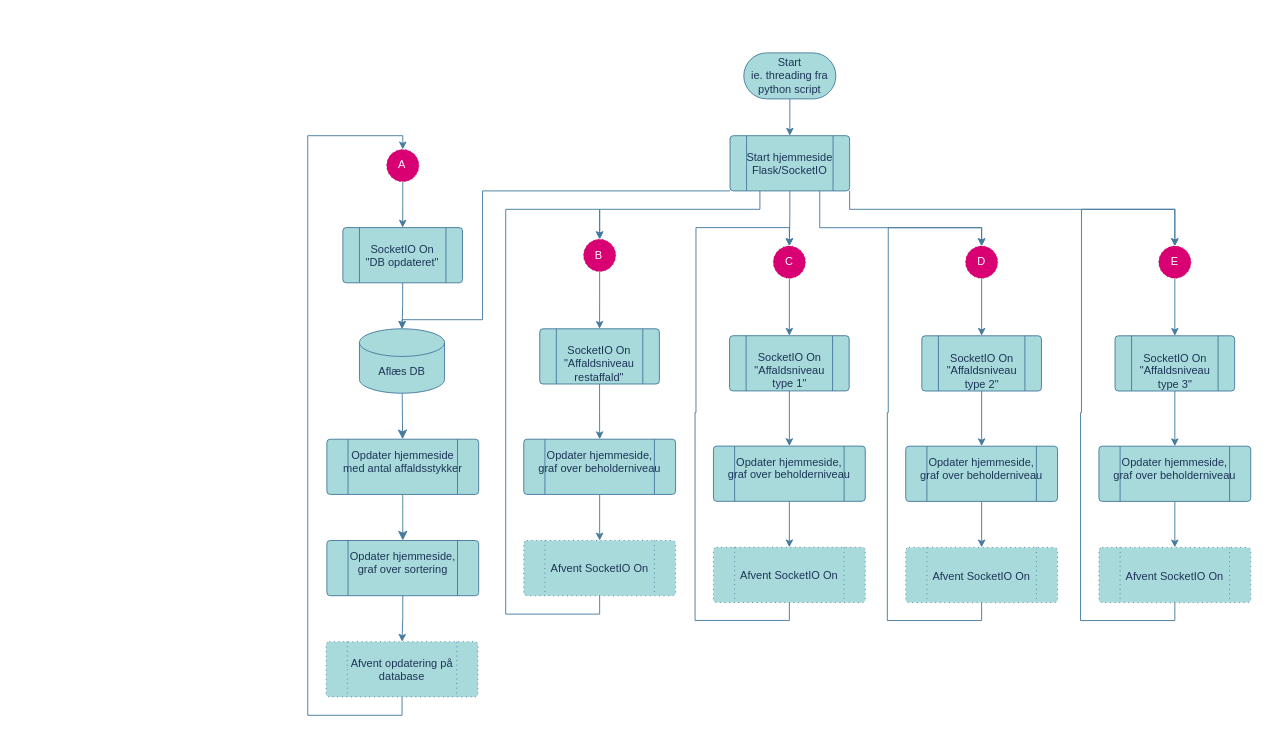
Before: page "Hjemmeside" (3 of 3) of Flowchart.drawio in KEA-F25-B8-IoT2/SAAS, a draw.io diagram. Source tidied: cells renumbered, new cells numbered last; positions are measured from the earlier drawing's top-left corner, leaving out a move shared by most shapes. Both pictures are drawn from the tidied source at 92%, with x=0, y=0 at pixel (307, 52).
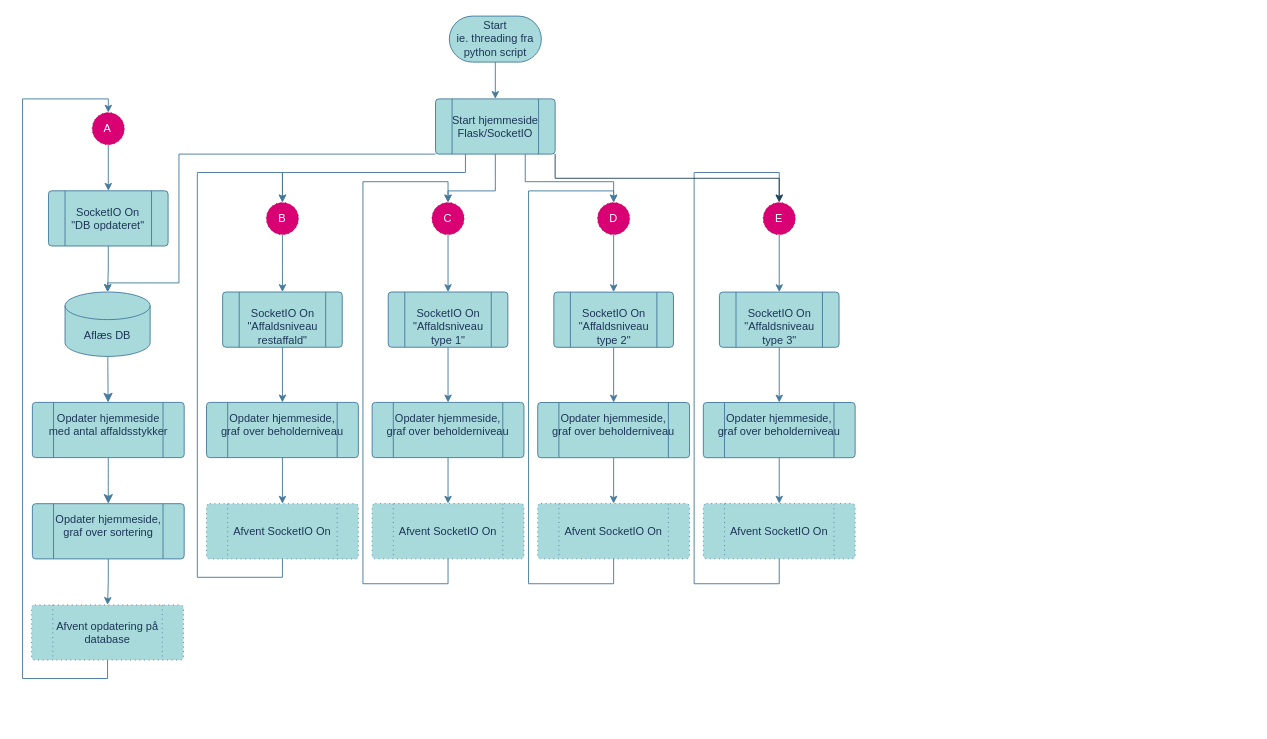
The same page after the edit.

What changed in the source:
```diff
@@
     <mxCell id="3" value="Start&lt;div&gt;ie. threading fra python script&lt;/div&gt;" style="html=1;dashed=0;whiteSpace=wrap;shape=mxgraph.dfd.start;rounded=0;labelBackgroundColor=none;fillColor=#A8DADC;strokeColor=#457B9D;fontColor=#1D3557;" parent="1" vertex="1">
-      <mxGeometry x="474" width="100" height="50" as="geometry" />
+      <mxGeometry x="153.9" y="-40" width="100" height="50" as="geometry" />
     </mxCell>
@@
     <mxCell id="5" value="Opdater hjemmeside&lt;br&gt;med antal affaldsstykker" style="verticalLabelPosition=bottom;verticalAlign=top;html=1;shape=process;whiteSpace=wrap;rounded=1;size=0.14;arcSize=6;align=center;spacingTop=-56;labelBackgroundColor=none;fillColor=#A8DADC;strokeColor=#457B9D;fontColor=#1D3557;" parent="1" vertex="1">
-      <mxGeometry x="20.8" y="419.9" width="165" height="60" as="geometry" />
+      <mxGeometry x="-299.3" y="379.9" width="165" height="60" as="geometry" />
     </mxCell>
@@
     <mxCell id="7" value="Aflæs DB" style="shape=cylinder3;whiteSpace=wrap;html=1;boundedLbl=1;backgroundOutline=1;size=15;rounded=0;labelBackgroundColor=none;fillColor=#A8DADC;strokeColor=#457B9D;fontColor=#1D3557;" parent="1" vertex="1">
-      <mxGeometry x="56.2" y="299.9" width="92.5" height="70" as="geometry" />
+      <mxGeometry x="-263.8" y="259.9" width="92.5" height="70" as="geometry" />
     </mxCell>
     <mxCell id="8" value="Start hjemmeside&lt;br&gt;Flask/SocketIO" style="verticalLabelPosition=bottom;verticalAlign=top;html=1;shape=process;whiteSpace=wrap;rounded=1;size=0.14;arcSize=6;align=center;spacingTop=-50;labelBackgroundColor=none;fillColor=#A8DADC;strokeColor=#457B9D;fontColor=#1D3557;" parent="1" vertex="1">
-      <mxGeometry x="459" y="90" width="130" height="60" as="geometry" />
+      <mxGeometry x="138.9" y="50" width="130" height="60" as="geometry" />
     </mxCell>
@@
     <mxCell id="10" value="Opdater hjemmeside,&lt;div&gt;graf over beholderniveau&lt;/div&gt;" style="verticalLabelPosition=bottom;verticalAlign=top;html=1;shape=process;whiteSpace=wrap;rounded=1;size=0.14;arcSize=6;align=center;spacingTop=-56;labelBackgroundColor=none;fillColor=#A8DADC;strokeColor=#457B9D;fontColor=#1D3557;" parent="1" vertex="1">
-      <mxGeometry x="234.8" y="419.9" width="165" height="60" as="geometry" />
+      <mxGeometry x="-110" y="379.9" width="165" height="60" as="geometry" />
     </mxCell>
     <mxCell id="11" value="Afvent opdatering på database" style="verticalLabelPosition=bottom;verticalAlign=top;html=1;shape=process;whiteSpace=wrap;rounded=1;size=0.14;arcSize=6;align=center;spacingTop=-50;strokeColor=#457B9D;dashed=1;dashPattern=1 4;labelBackgroundColor=none;fillColor=#A8DADC;fontColor=#1D3557;" parent="1" vertex="1">
-      <mxGeometry x="20" y="640" width="165" height="60" as="geometry" />
+      <mxGeometry x="-300.1" y="600" width="165" height="60" as="geometry" />
     </mxCell>
@@
     <mxCell id="13" value="Opdater hjemmeside,&lt;div&gt;graf over sortering&lt;/div&gt;" style="verticalLabelPosition=bottom;verticalAlign=top;html=1;shape=process;whiteSpace=wrap;rounded=1;size=0.14;arcSize=6;align=center;spacingTop=-56;labelBackgroundColor=none;fillColor=#A8DADC;strokeColor=#457B9D;fontColor=#1D3557;" parent="1" vertex="1">
-      <mxGeometry x="20.8" y="530" width="165" height="60" as="geometry" />
+      <mxGeometry x="-299.3" y="490" width="165" height="60" as="geometry" />
     </mxCell>
@@
     <mxCell id="15" value="B" style="verticalLabelPosition=bottom;verticalAlign=top;html=1;shape=mxgraph.flowchart.on-page_reference;dashed=1;dashPattern=1 4;spacingTop=-32;spacingLeft=-2;labelBackgroundColor=none;fillColor=#d80073;strokeColor=#A50040;fontColor=#ffffff;" parent="1" vertex="1">
-      <mxGeometry x="299.8" y="202.5" width="35" height="35" as="geometry" />
+      <mxGeometry x="-45" y="162.5" width="35" height="35" as="geometry" />
     </mxCell>
@@
     <mxCell id="17" value="SocketIO On&lt;div&gt;&quot;DB opdateret&quot;&lt;/div&gt;" style="verticalLabelPosition=bottom;verticalAlign=top;html=1;shape=process;whiteSpace=wrap;rounded=1;size=0.14;arcSize=6;align=center;spacingTop=-50;labelBackgroundColor=none;fillColor=#A8DADC;strokeColor=#457B9D;fontColor=#1D3557;" parent="1" vertex="1">
-      <mxGeometry x="38.2" y="189.9" width="130" height="60" as="geometry" />
+      <mxGeometry x="-281.8" y="149.9" width="130" height="60" as="geometry" />
     </mxCell>
@@
     <mxCell id="19" value="SocketIO On&lt;div&gt;&quot;Affaldsniveau&lt;/div&gt;&lt;div&gt;restaffald&quot;&lt;/div&gt;" style="verticalLabelPosition=bottom;verticalAlign=top;html=1;shape=process;whiteSpace=wrap;rounded=1;size=0.14;arcSize=6;align=center;spacingTop=-50;labelBackgroundColor=none;fillColor=#A8DADC;strokeColor=#457B9D;fontColor=#1D3557;" parent="1" vertex="1">
-      <mxGeometry x="252.2" y="299.9" width="130" height="60" as="geometry" />
+      <mxGeometry x="-92.5" y="259.9" width="130" height="60" as="geometry" />
     </mxCell>
     <mxCell id="20" style="edgeStyle=orthogonalEdgeStyle;rounded=0;jettySize=auto;html=1;exitX=0;exitY=1;exitDx=0;exitDy=0;entryX=0.5;entryY=0;entryDx=0;entryDy=0;entryPerimeter=0;labelBackgroundColor=none;strokeColor=#457B9D;fontColor=default;" parent="1" edge="1" source="8" target="7">
       <mxGeometry relative="1" as="geometry">
         <Array as="points">
-          <mxPoint x="190" y="150" />
-          <mxPoint x="190" y="290" />
-          <mxPoint x="103" y="290" />
+          <mxPoint x="-140" y="110" />
+          <mxPoint x="-140" y="250" />
+          <mxPoint x="-218" y="250" />
         </Array>
       </mxGeometry>
     </mxCell>
     <mxCell id="21" style="edgeStyle=orthogonalEdgeStyle;rounded=0;jettySize=auto;html=1;exitX=0.5;exitY=1;exitDx=0;exitDy=0;entryX=0.5;entryY=0;entryDx=0;entryDy=0;entryPerimeter=0;labelBackgroundColor=none;strokeColor=#457B9D;fontColor=default;" parent="1" edge="1" source="11" target="23">
       <mxGeometry relative="1" as="geometry">
         <Array as="points">
-          <mxPoint x="103" y="720" />
-          <mxPoint y="720" />
-          <mxPoint y="90" />
-          <mxPoint x="103" y="90" />
+          <mxPoint x="-218" y="680" />
+          <mxPoint x="-310" y="680" />
+          <mxPoint x="-310" y="50" />
+          <mxPoint x="-217" y="50" />
         </Array>
       </mxGeometry>
     </mxCell>
@@
     <mxCell id="23" value="A" style="verticalLabelPosition=bottom;verticalAlign=top;html=1;shape=mxgraph.flowchart.on-page_reference;dashed=1;dashPattern=1 4;spacingTop=-32;spacingLeft=-2;labelBackgroundColor=none;fillColor=#d80073;strokeColor=#A50040;fontColor=#ffffff;" parent="1" vertex="1">
-      <mxGeometry x="85.8" y="104.9" width="35" height="35" as="geometry" />
+      <mxGeometry x="-234.3" y="64.9" width="35" height="35" as="geometry" />
     </mxCell>
     <mxCell id="24" value="Afvent SocketIO On" style="verticalLabelPosition=bottom;verticalAlign=top;html=1;shape=process;whiteSpace=wrap;rounded=1;size=0.14;arcSize=6;align=center;spacingTop=-43;strokeColor=#457B9D;dashed=1;dashPattern=1 4;labelBackgroundColor=none;fillColor=#A8DADC;fontColor=#1D3557;" parent="1" vertex="1">
-      <mxGeometry x="234.8" y="530" width="165" height="60" as="geometry" />
+      <mxGeometry x="-110" y="490" width="165" height="60" as="geometry" />
     </mxCell>
     <mxCell id="25" style="edgeStyle=orthogonalEdgeStyle;rounded=0;jettySize=auto;html=1;exitX=0.5;exitY=1;exitDx=0;exitDy=0;entryX=0.5;entryY=0;entryDx=0;entryDy=0;entryPerimeter=0;labelBackgroundColor=none;strokeColor=#457B9D;fontColor=default;" parent="1" edge="1" source="24" target="15">
       <mxGeometry relative="1" as="geometry">
         <Array as="points">
-          <mxPoint x="317.2" y="610" />
-          <mxPoint x="215.2" y="610" />
-          <mxPoint x="215.2" y="170" />
-          <mxPoint x="317.2" y="170" />
+          <mxPoint x="-27" y="570" />
+          <mxPoint x="-120" y="570" />
+          <mxPoint x="-120" y="130" />
+          <mxPoint x="-27" y="130" />
         </Array>
       </mxGeometry>
     </mxCell>
@@
     <mxCell id="27" value="Opdater hjemmeside,&lt;div&gt;graf over beholderniveau&lt;/div&gt;" style="verticalLabelPosition=bottom;verticalAlign=top;html=1;shape=process;whiteSpace=wrap;rounded=1;size=0.14;arcSize=6;align=center;spacingTop=-56;labelBackgroundColor=none;fillColor=#A8DADC;strokeColor=#457B9D;fontColor=#1D3557;" parent="1" vertex="1">
-      <mxGeometry x="441" y="427.4" width="165" height="60" as="geometry" />
+      <mxGeometry x="70" y="379.9" width="165" height="60" as="geometry" />
     </mxCell>
@@
     <mxCell id="29" value="C" style="verticalLabelPosition=bottom;verticalAlign=top;html=1;shape=mxgraph.flowchart.on-page_reference;dashed=1;dashPattern=1 4;spacingTop=-32;spacingLeft=-2;labelBackgroundColor=none;fillColor=#d80073;strokeColor=#A50040;fontColor=#ffffff;" parent="1" vertex="1">
-      <mxGeometry x="506" y="209.9" width="35" height="35" as="geometry" />
+      <mxGeometry x="135" y="162.5" width="35" height="35" as="geometry" />
     </mxCell>
@@
     <mxCell id="31" value="SocketIO On&lt;div&gt;&quot;Affaldsniveau&lt;/div&gt;&lt;div&gt;type 1&quot;&lt;/div&gt;" style="verticalLabelPosition=bottom;verticalAlign=top;html=1;shape=process;whiteSpace=wrap;rounded=1;size=0.14;arcSize=6;align=center;spacingTop=-50;labelBackgroundColor=none;fillColor=#A8DADC;strokeColor=#457B9D;fontColor=#1D3557;" parent="1" vertex="1">
-      <mxGeometry x="458.5" y="307.4" width="130" height="60" as="geometry" />
+      <mxGeometry x="87.5" y="259.9" width="130" height="60" as="geometry" />
     </mxCell>
     <mxCell id="32" value="Afvent SocketIO On" style="verticalLabelPosition=bottom;verticalAlign=top;html=1;shape=process;whiteSpace=wrap;rounded=1;size=0.14;arcSize=6;align=center;spacingTop=-43;strokeColor=#457B9D;dashed=1;dashPattern=1 4;labelBackgroundColor=none;fillColor=#A8DADC;fontColor=#1D3557;" parent="1" vertex="1">
-      <mxGeometry x="441" y="537.4" width="165" height="60" as="geometry" />
+      <mxGeometry x="70" y="489.9" width="165" height="60" as="geometry" />
     </mxCell>
-    <mxCell id="33" style="edgeStyle=orthogonalEdgeStyle;rounded=0;jettySize=auto;html=1;exitX=0.5;exitY=1;exitDx=0;exitDy=0;entryX=0.5;entryY=0;entryDx=0;entryDy=0;entryPerimeter=0;labelBackgroundColor=none;strokeColor=#457B9D;fontColor=default;" parent="1" edge="1" source="32" target="29">
+    <mxCell id="33" style="edgeStyle=orthogonalEdgeStyle;rounded=0;jettySize=auto;html=1;entryX=0.5;entryY=0;entryDx=0;entryDy=0;entryPerimeter=0;labelBackgroundColor=none;strokeColor=#457B9D;fontColor=default;exitX=0.5;exitY=1;exitDx=0;exitDy=0;" parent="1" edge="1" source="32" target="29">
       <mxGeometry relative="1" as="geometry">
         <Array as="points">
-          <mxPoint x="524" y="616.9" />
-          <mxPoint x="421" y="616.9" />
-          <mxPoint x="421" y="390.9" />
-          <mxPoint x="422" y="390.9" />
-          <mxPoint x="422" y="189.9" />
-          <mxPoint x="524" y="189.9" />
+          <mxPoint x="153" y="577" />
+          <mxPoint x="60" y="577" />
+          <mxPoint x="60" y="140" />
+          <mxPoint x="153" y="140" />
         </Array>
       </mxGeometry>
     </mxCell>
     <mxCell id="34" style="edgeStyle=orthogonalEdgeStyle;rounded=0;jettySize=auto;html=1;exitX=0.5;exitY=1;exitDx=0;exitDy=0;entryX=0.5;entryY=0;entryDx=0;entryDy=0;entryPerimeter=0;labelBackgroundColor=none;strokeColor=#457B9D;fontColor=default;" parent="1" edge="1" source="8" target="29">
-      <mxGeometry relative="1" as="geometry" />
+      <mxGeometry relative="1" as="geometry">
+        <Array as="points">
+          <mxPoint x="204" y="150" />
+          <mxPoint x="153" y="150" />
+        </Array>
+      </mxGeometry>
     </mxCell>
     <mxCell id="35" style="edgeStyle=orthogonalEdgeStyle;rounded=0;jettySize=auto;html=1;exitX=0.25;exitY=1;exitDx=0;exitDy=0;entryX=0.5;entryY=0;entryDx=0;entryDy=0;entryPerimeter=0;labelBackgroundColor=none;strokeColor=#457B9D;fontColor=default;" parent="1" edge="1" source="8" target="15">
       <mxGeometry relative="1" as="geometry">
         <Array as="points">
-          <mxPoint x="491" y="170" />
-          <mxPoint x="317" y="170" />
+          <mxPoint x="171" y="130" />
+          <mxPoint x="-27" y="130" />
+          <mxPoint x="-27" y="162" />
         </Array>
       </mxGeometry>
     </mxCell>
@@
     <mxCell id="37" value="Opdater hjemmeside,&lt;div&gt;graf over beholderniveau&lt;/div&gt;" style="verticalLabelPosition=bottom;verticalAlign=top;html=1;shape=process;whiteSpace=wrap;rounded=1;size=0.14;arcSize=6;align=center;spacingTop=-56;labelBackgroundColor=none;fillColor=#A8DADC;strokeColor=#457B9D;fontColor=#1D3557;" parent="1" vertex="1">
-      <mxGeometry x="650" y="427.5" width="165" height="60" as="geometry" />
+      <mxGeometry x="250" y="380" width="165" height="60" as="geometry" />
     </mxCell>
@@
     <mxCell id="39" value="D" style="verticalLabelPosition=bottom;verticalAlign=top;html=1;shape=mxgraph.flowchart.on-page_reference;dashed=1;dashPattern=1 4;spacingTop=-32;spacingLeft=-2;labelBackgroundColor=none;fillColor=#d80073;strokeColor=#A50040;fontColor=#ffffff;" parent="1" vertex="1">
-      <mxGeometry x="715" y="210" width="35" height="35" as="geometry" />
+      <mxGeometry x="315" y="162.5" width="35" height="35" as="geometry" />
     </mxCell>
@@
     <mxCell id="41" value="SocketIO On&lt;div&gt;&quot;Affaldsniveau&lt;/div&gt;&lt;div&gt;type 2&quot;&lt;/div&gt;" style="verticalLabelPosition=bottom;verticalAlign=top;html=1;shape=process;whiteSpace=wrap;rounded=1;size=0.14;arcSize=6;align=center;spacingTop=-50;labelBackgroundColor=none;fillColor=#A8DADC;strokeColor=#457B9D;fontColor=#1D3557;" parent="1" vertex="1">
-      <mxGeometry x="667.5" y="307.5" width="130" height="60" as="geometry" />
+      <mxGeometry x="267.5" y="260" width="130" height="60" as="geometry" />
     </mxCell>
     <mxCell id="42" value="Afvent SocketIO On" style="verticalLabelPosition=bottom;verticalAlign=top;html=1;shape=process;whiteSpace=wrap;rounded=1;size=0.14;arcSize=6;align=center;spacingTop=-43;strokeColor=#457B9D;dashed=1;dashPattern=1 4;labelBackgroundColor=none;fillColor=#A8DADC;fontColor=#1D3557;" parent="1" vertex="1">
-      <mxGeometry x="650" y="537.5" width="165" height="60" as="geometry" />
+      <mxGeometry x="250" y="489.9" width="165" height="60" as="geometry" />
     </mxCell>
     <mxCell id="43" style="edgeStyle=orthogonalEdgeStyle;rounded=0;jettySize=auto;html=1;exitX=0.5;exitY=1;exitDx=0;exitDy=0;entryX=0.5;entryY=0;entryDx=0;entryDy=0;entryPerimeter=0;labelBackgroundColor=none;strokeColor=#457B9D;fontColor=default;" parent="1" edge="1" source="42" target="39">
       <mxGeometry relative="1" as="geometry">
         <Array as="points">
-          <mxPoint x="733" y="617" />
-          <mxPoint x="630" y="617" />
-          <mxPoint x="630" y="391" />
-          <mxPoint x="631" y="391" />
-          <mxPoint x="631" y="190" />
-          <mxPoint x="733" y="190" />
+          <mxPoint x="333" y="577" />
+          <mxPoint x="240" y="577" />
+          <mxPoint x="240" y="150" />
+          <mxPoint x="333" y="150" />
         </Array>
       </mxGeometry>
     </mxCell>
@@
     <mxCell id="45" value="Opdater hjemmeside,&lt;div&gt;graf over beholderniveau&lt;/div&gt;" style="verticalLabelPosition=bottom;verticalAlign=top;html=1;shape=process;whiteSpace=wrap;rounded=1;size=0.14;arcSize=6;align=center;spacingTop=-56;labelBackgroundColor=none;fillColor=#A8DADC;strokeColor=#457B9D;fontColor=#1D3557;" parent="1" vertex="1">
-      <mxGeometry x="860" y="427.5" width="165" height="60" as="geometry" />
+      <mxGeometry x="430" y="380" width="165" height="60" as="geometry" />
     </mxCell>
@@
     <mxCell id="47" value="E" style="verticalLabelPosition=bottom;verticalAlign=top;html=1;shape=mxgraph.flowchart.on-page_reference;dashed=1;dashPattern=1 4;spacingTop=-32;spacingLeft=-2;labelBackgroundColor=none;fillColor=#d80073;strokeColor=#A50040;fontColor=#ffffff;" parent="1" vertex="1">
-      <mxGeometry x="925" y="210" width="35" height="35" as="geometry" />
+      <mxGeometry x="495" y="162.5" width="35" height="35" as="geometry" />
     </mxCell>
@@
     <mxCell id="49" value="SocketIO On&lt;div&gt;&quot;Affaldsniveau&lt;/div&gt;&lt;div&gt;type 3&quot;&lt;/div&gt;" style="verticalLabelPosition=bottom;verticalAlign=top;html=1;shape=process;whiteSpace=wrap;rounded=1;size=0.14;arcSize=6;align=center;spacingTop=-50;labelBackgroundColor=none;fillColor=#A8DADC;strokeColor=#457B9D;fontColor=#1D3557;" parent="1" vertex="1">
-      <mxGeometry x="877.5" y="307.5" width="130" height="60" as="geometry" />
+      <mxGeometry x="447.5" y="260" width="130" height="60" as="geometry" />
     </mxCell>
     <mxCell id="50" value="Afvent SocketIO On" style="verticalLabelPosition=bottom;verticalAlign=top;html=1;shape=process;whiteSpace=wrap;rounded=1;size=0.14;arcSize=6;align=center;spacingTop=-43;strokeColor=#457B9D;dashed=1;dashPattern=1 4;labelBackgroundColor=none;fillColor=#A8DADC;fontColor=#1D3557;" parent="1" vertex="1">
-      <mxGeometry x="860" y="537.5" width="165" height="60" as="geometry" />
+      <mxGeometry x="430" y="489.9" width="165" height="60" as="geometry" />
     </mxCell>
     <mxCell id="51" style="edgeStyle=orthogonalEdgeStyle;rounded=0;jettySize=auto;html=1;exitX=0.5;exitY=1;exitDx=0;exitDy=0;entryX=0.5;entryY=0;entryDx=0;entryDy=0;entryPerimeter=0;labelBackgroundColor=none;strokeColor=#457B9D;fontColor=default;" parent="1" edge="1" source="50" target="47">
       <mxGeometry relative="1" as="geometry">
         <Array as="points">
-          <mxPoint x="943" y="617" />
-          <mxPoint x="840" y="617" />
-          <mxPoint x="840" y="391" />
-          <mxPoint x="841" y="391" />
-          <mxPoint x="841" y="170" />
-          <mxPoint x="943" y="170" />
+          <mxPoint x="513" y="577" />
+          <mxPoint x="420" y="577" />
+          <mxPoint x="420" y="130" />
+          <mxPoint x="513" y="130" />
         </Array>
       </mxGeometry>
     </mxCell>
     <mxCell id="52" style="edgeStyle=orthogonalEdgeStyle;rounded=0;jettySize=auto;html=1;exitX=0.75;exitY=1;exitDx=0;exitDy=0;entryX=0.5;entryY=0;entryDx=0;entryDy=0;entryPerimeter=0;labelBackgroundColor=none;strokeColor=#457B9D;fontColor=default;" parent="1" edge="1" source="8" target="39">
       <mxGeometry relative="1" as="geometry">
         <Array as="points">
-          <mxPoint x="557" y="190" />
-          <mxPoint x="733" y="190" />
+          <mxPoint x="236" y="140" />
+          <mxPoint x="333" y="140" />
         </Array>
       </mxGeometry>
     </mxCell>
-    <mxCell id="53" style="edgeStyle=orthogonalEdgeStyle;rounded=0;jettySize=auto;html=1;exitX=1;exitY=1;exitDx=0;exitDy=0;entryX=0.5;entryY=0;entryDx=0;entryDy=0;entryPerimeter=0;labelBackgroundColor=none;strokeColor=#457B9D;fontColor=default;" parent="1" edge="1" source="8" target="47">
-      <mxGeometry relative="1" as="geometry">
-        <Array as="points">
-          <mxPoint x="589" y="170" />
-          <mxPoint x="943" y="170" />
-        </Array>
-      </mxGeometry>
+    <mxCell id="53" style="edgeStyle=orthogonalEdgeStyle;rounded=0;jettySize=auto;html=1;exitX=1;exitY=1;exitDx=0;exitDy=0;entryX=0.5;entryY=0;entryDx=0;entryDy=0;entryPerimeter=0;fillColor=#bac8d3;strokeColor=light-dark(#23445d, #6190b2);" parent="1" edge="1" source="8" target="47">
+      <mxGeometry relative="1" as="geometry" />
     </mxCell>
```
